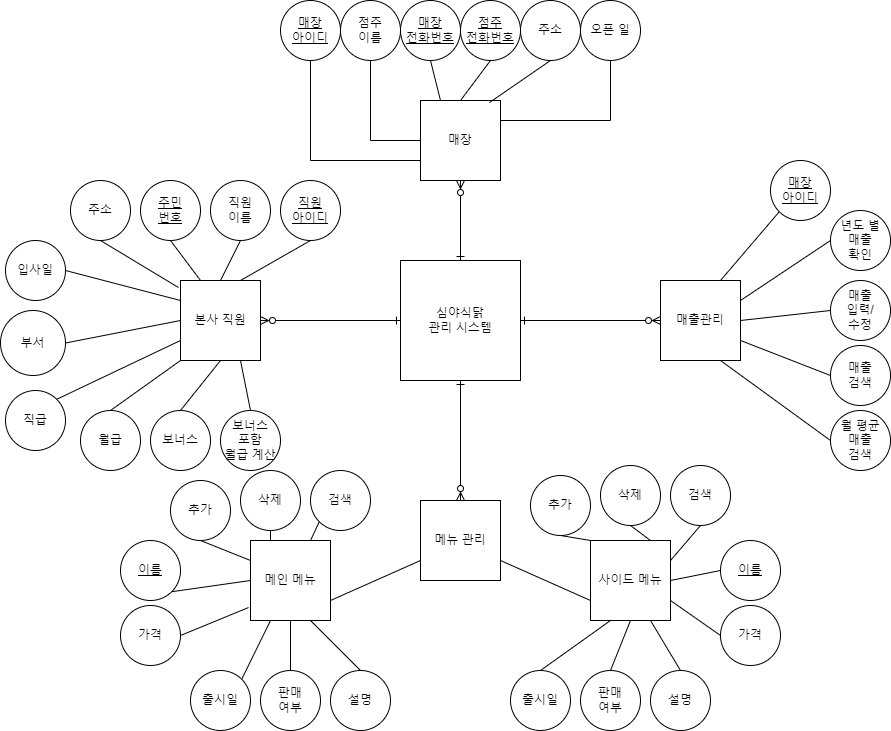
Above: 프렌차이즈.png in jeongEY321/pranchise (draw.io), before the change. Source tidied: cells renumbered, new cells last; positions are measured from the earlier drawing's top-left corner, leaving out a move shared by most shapes.
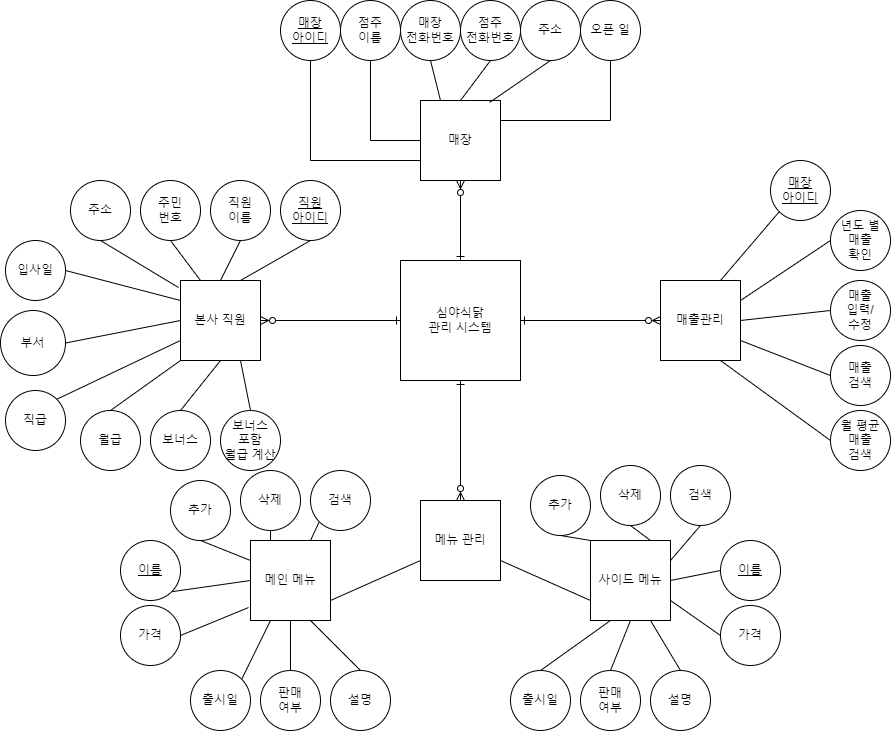
Later version of the same file.

Change to the diagram source:
```diff
@@ -50,13 +50,13 @@
     <mxCell id="17" style="rounded=0;jettySize=auto;html=1;exitX=0.5;exitY=1;exitDx=0;exitDy=0;entryX=0.25;entryY=0;entryDx=0;entryDy=0;endArrow=none;endFill=0;" parent="1" edge="1" source="18" target="5">
       <mxGeometry relative="1" as="geometry" />
     </mxCell>
-    <mxCell id="18" value="매장&lt;br&gt;전화번호" style="ellipse;whiteSpace=wrap;html=1;fontStyle=4;" parent="1" vertex="1">
+    <mxCell id="18" value="매장&lt;br&gt;전화번호" style="ellipse;whiteSpace=wrap;html=1;fontStyle=0;" parent="1" vertex="1">
       <mxGeometry x="400" width="60" height="60" as="geometry" />
     </mxCell>
     <mxCell id="19" style="rounded=0;jettySize=auto;html=1;exitX=0.5;exitY=1;exitDx=0;exitDy=0;entryX=0.5;entryY=0;entryDx=0;entryDy=0;endArrow=none;endFill=0;" parent="1" edge="1" source="20" target="5">
       <mxGeometry relative="1" as="geometry" />
     </mxCell>
-    <mxCell id="20" value="점주&lt;br&gt;전화번호" style="ellipse;whiteSpace=wrap;html=1;fontStyle=4;" parent="1" vertex="1">
+    <mxCell id="20" value="점주&lt;br&gt;전화번호" style="ellipse;whiteSpace=wrap;html=1;fontStyle=0;" parent="1" vertex="1">
       <mxGeometry x="460" width="60" height="60" as="geometry" />
     </mxCell>
     <mxCell id="21" style="rounded=0;jettySize=auto;html=1;exitX=0.5;exitY=1;exitDx=0;exitDy=0;entryX=0.863;entryY=0.025;entryDx=0;entryDy=0;entryPerimeter=0;endArrow=none;endFill=0;" parent="1" edge="1" source="22" target="5">
@@ -116,7 +116,7 @@
     <mxCell id="39" style="rounded=0;jettySize=auto;html=1;exitX=0.5;exitY=1;exitDx=0;exitDy=0;entryX=0.25;entryY=0;entryDx=0;entryDy=0;endArrow=none;endFill=0;" parent="1" edge="1" source="40" target="3">
       <mxGeometry relative="1" as="geometry" />
     </mxCell>
-    <mxCell id="40" value="주민&lt;br&gt;번호" style="ellipse;whiteSpace=wrap;html=1;fontStyle=4;" parent="1" vertex="1">
+    <mxCell id="40" value="주민&lt;br&gt;번호" style="ellipse;whiteSpace=wrap;html=1;fontStyle=0;" parent="1" vertex="1">
       <mxGeometry x="140" y="180" width="60" height="60" as="geometry" />
     </mxCell>
     <mxCell id="41" style="rounded=0;jettySize=auto;html=1;exitX=0.5;exitY=1;exitDx=0;exitDy=0;entryX=0.5;entryY=0;entryDx=0;entryDy=0;endArrow=none;endFill=0;" parent="1" edge="1" source="42" target="3">
```
